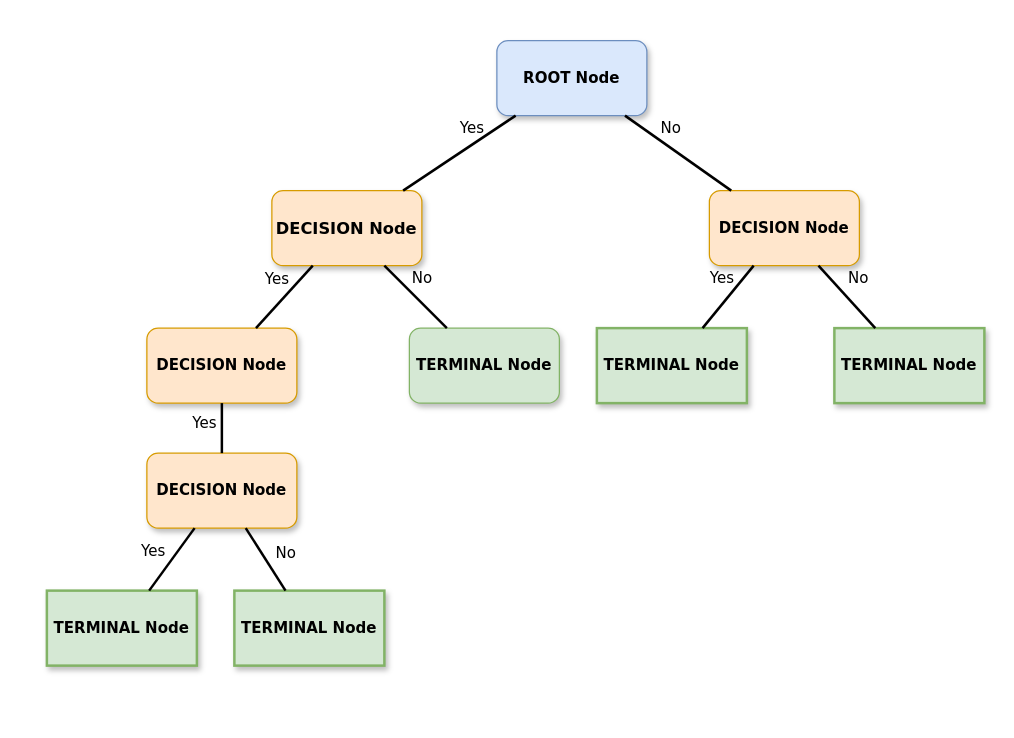
The draw.io diagram DECISION TREE.drawio in ChanumoluGayathri/System_Design, before the edit. Source tidied: cells renumbered, new cells numbered last; positions are measured from the earlier drawing's top-left corner, leaving out a move shared by most shapes. Both pictures are drawn from the tidied source at 125%, with x=0, y=0 at pixel (46, 40).
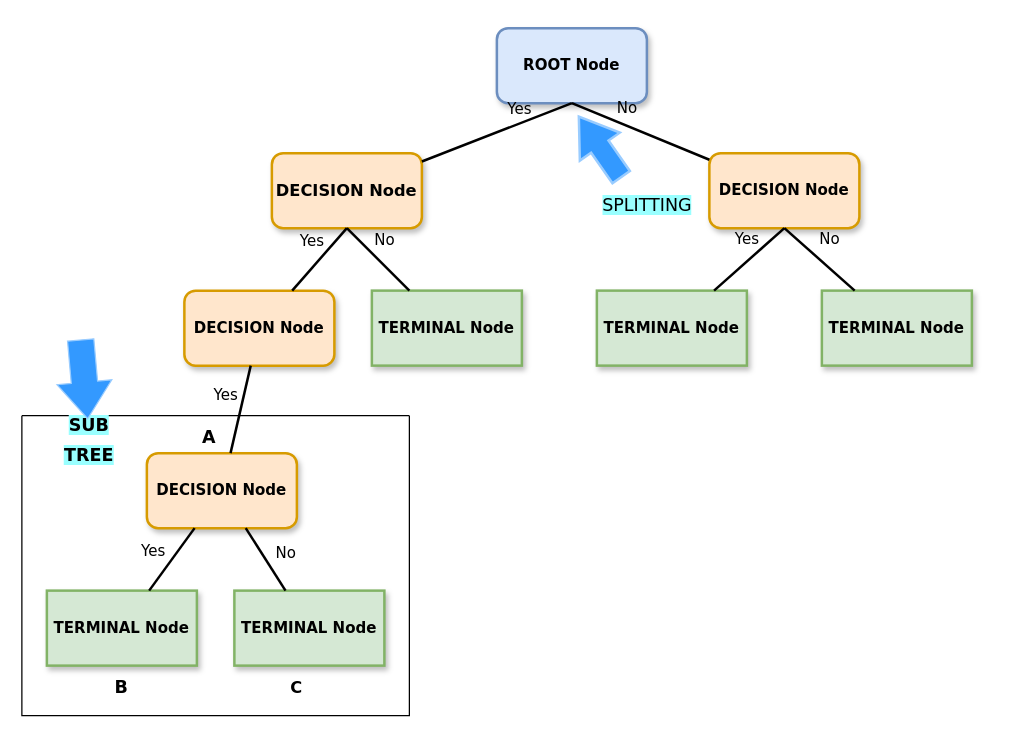
The same page after the edit.

The edit, as a diff of the source:
```diff
@@
-    <mxCell id="2" value="&lt;font size=&quot;1&quot; style=&quot;&quot;&gt;&lt;b style=&quot;font-size: 12px;&quot;&gt;ROOT Node&lt;/b&gt;&lt;/font&gt;" style="whiteSpace=wrap;html=1;rounded=1;shadow=1;labelBackgroundColor=none;strokeWidth=1;fontFamily=Verdana;fontSize=7;align=center;fillColor=#dae8fc;strokeColor=#6c8ebf;" parent="1" vertex="1">
-      <mxGeometry x="360" width="120" height="60" as="geometry" />
+    <mxCell id="2" value="&lt;font size=&quot;1&quot; style=&quot;&quot;&gt;&lt;b style=&quot;font-size: 12px;&quot;&gt;ROOT Node&lt;/b&gt;&lt;/font&gt;" style="whiteSpace=wrap;html=1;rounded=1;shadow=1;labelBackgroundColor=none;strokeWidth=2;fontFamily=Verdana;fontSize=7;align=center;fillColor=#dae8fc;strokeColor=#6c8ebf;" parent="1" vertex="1">
+      <mxGeometry x="360" y="-10" width="120" height="60" as="geometry" />
     </mxCell>
-    <mxCell id="3" value="&lt;b&gt;DECISION Node&lt;/b&gt;" style="whiteSpace=wrap;html=1;rounded=1;shadow=1;labelBackgroundColor=none;strokeWidth=1;fontFamily=Verdana;fontSize=13;align=center;fillColor=#ffe6cc;strokeColor=#d79b00;" parent="1" vertex="1">
-      <mxGeometry x="180" y="120" width="120" height="60" as="geometry" />
+    <mxCell id="3" value="&lt;b&gt;DECISION Node&lt;/b&gt;" style="whiteSpace=wrap;html=1;rounded=1;shadow=1;labelBackgroundColor=none;strokeWidth=2;fontFamily=Verdana;fontSize=13;align=center;fillColor=#ffe6cc;strokeColor=#d79b00;" parent="1" vertex="1">
+      <mxGeometry x="180" y="90" width="120" height="60" as="geometry" />
     </mxCell>
-    <mxCell id="4" value="&lt;b&gt;DECISION Node&lt;/b&gt;" style="whiteSpace=wrap;html=1;rounded=1;shadow=1;labelBackgroundColor=none;strokeWidth=1;fontFamily=Verdana;fontSize=12;align=center;fillColor=#ffe6cc;strokeColor=#d79b00;" parent="1" vertex="1">
-      <mxGeometry x="530" y="120" width="120" height="60" as="geometry" />
+    <mxCell id="4" value="&lt;b&gt;DECISION Node&lt;/b&gt;" style="whiteSpace=wrap;html=1;rounded=1;shadow=1;labelBackgroundColor=none;strokeWidth=2;fontFamily=Verdana;fontSize=12;align=center;fillColor=#ffe6cc;strokeColor=#d79b00;" parent="1" vertex="1">
+      <mxGeometry x="530" y="90" width="120" height="60" as="geometry" />
     </mxCell>
-    <mxCell id="5" value="No" style="rounded=0;html=1;labelBackgroundColor=none;startArrow=none;startFill=0;startSize=5;endArrow=none;endFill=0;endSize=5;jettySize=auto;strokeWidth=2;fontFamily=Verdana;fontSize=12;" parent="1" edge="1" source="2" target="4">
+    <mxCell id="5" value="No" style="rounded=0;html=1;labelBackgroundColor=none;startArrow=none;startFill=0;startSize=5;endArrow=none;endFill=0;endSize=5;jettySize=auto;strokeWidth=2;fontFamily=Verdana;fontSize=12;exitX=0.5;exitY=1;exitDx=0;exitDy=0;" parent="1" edge="1" source="2" target="4">
       <mxGeometry x="-0.3" y="13" relative="1" as="geometry" />
     </mxCell>
-    <mxCell id="6" value="Yes" style="rounded=0;html=1;labelBackgroundColor=none;startArrow=none;startFill=0;startSize=5;endArrow=none;endFill=0;endSize=5;jettySize=auto;strokeWidth=2;fontFamily=Verdana;fontSize=12;" parent="1" edge="1" source="2" target="3">
+    <mxCell id="6" value="Yes" style="rounded=0;html=1;labelBackgroundColor=none;startArrow=none;startFill=0;startSize=5;endArrow=none;endFill=0;endSize=5;jettySize=auto;strokeWidth=2;fontFamily=Verdana;fontSize=12;exitX=0.5;exitY=1;exitDx=0;exitDy=0;" parent="1" edge="1" source="2" target="3">
       <mxGeometry x="-0.36" y="-11" relative="1" as="geometry" />
     </mxCell>
-    <mxCell id="7" value="&lt;b&gt;DECISION Node&lt;/b&gt;" style="whiteSpace=wrap;html=1;rounded=1;shadow=1;labelBackgroundColor=none;strokeWidth=1;fontFamily=Verdana;fontSize=12;align=center;fillColor=#ffe6cc;strokeColor=#d79b00;" parent="1" vertex="1">
-      <mxGeometry x="80" y="230" width="120" height="60" as="geometry" />
+    <mxCell id="7" value="&lt;b&gt;DECISION Node&lt;/b&gt;" style="whiteSpace=wrap;html=1;rounded=1;shadow=1;labelBackgroundColor=none;strokeWidth=2;fontFamily=Verdana;fontSize=12;align=center;fillColor=#ffe6cc;strokeColor=#d79b00;" parent="1" vertex="1">
+      <mxGeometry x="110" y="200" width="120" height="60" as="geometry" />
     </mxCell>
-    <mxCell id="8" value="&lt;b&gt;TERMINAL Node&lt;/b&gt;" style="whiteSpace=wrap;html=1;rounded=1;shadow=1;labelBackgroundColor=none;strokeWidth=1;fontFamily=Verdana;fontSize=12;align=center;fillColor=#d5e8d4;strokeColor=#82b366;" parent="1" vertex="1">
-      <mxGeometry x="290" y="230" width="120" height="60" as="geometry" />
+    <mxCell id="8" value="&lt;b&gt;TERMINAL Node&lt;/b&gt;" style="whiteSpace=wrap;html=1;rounded=0;shadow=1;labelBackgroundColor=none;strokeWidth=2;fontFamily=Verdana;fontSize=12;align=center;fillColor=#d5e8d4;strokeColor=#82b366;" parent="1" vertex="1">
+      <mxGeometry x="260" y="200" width="120" height="60" as="geometry" />
     </mxCell>
     <mxCell id="9" value="&lt;b&gt;TERMINAL Node&lt;/b&gt;" style="whiteSpace=wrap;html=1;rounded=0;shadow=1;labelBackgroundColor=none;strokeWidth=2;fontFamily=Verdana;fontSize=12;align=center;fillColor=#d5e8d4;strokeColor=#82b366;" parent="1" vertex="1">
-      <mxGeometry x="440" y="230" width="120" height="60" as="geometry" />
+      <mxGeometry x="440" y="200" width="120" height="60" as="geometry" />
     </mxCell>
     <mxCell id="10" value="&lt;b&gt;TERMINAL Node&lt;/b&gt;" style="whiteSpace=wrap;html=1;rounded=0;shadow=1;labelBackgroundColor=none;strokeWidth=2;fontFamily=Verdana;fontSize=12;align=center;fillColor=#d5e8d4;strokeColor=#82b366;" parent="1" vertex="1">
-      <mxGeometry x="630" y="230" width="120" height="60" as="geometry" />
+      <mxGeometry x="620" y="200" width="120" height="60" as="geometry" />
     </mxCell>
-    <mxCell id="11" value="&lt;b&gt;DECISION Node&lt;/b&gt;" style="whiteSpace=wrap;html=1;rounded=1;shadow=1;labelBackgroundColor=none;strokeWidth=1;fontFamily=Verdana;fontSize=12;align=center;fillColor=#ffe6cc;strokeColor=#d79b00;" parent="1" vertex="1">
+    <mxCell id="11" value="&lt;b&gt;DECISION Node&lt;/b&gt;" style="whiteSpace=wrap;html=1;rounded=1;shadow=1;labelBackgroundColor=none;strokeWidth=2;fontFamily=Verdana;fontSize=12;align=center;fillColor=#ffe6cc;strokeColor=#d79b00;" parent="1" vertex="1">
       <mxGeometry x="80" y="330" width="120" height="60" as="geometry" />
     </mxCell>
-    <mxCell id="12" value="Yes" style="rounded=0;html=1;labelBackgroundColor=none;startArrow=none;startFill=0;startSize=5;endArrow=none;endFill=0;endSize=5;jettySize=auto;strokeWidth=2;fontFamily=Verdana;fontSize=12;" parent="1" edge="1" source="3" target="7">
+    <mxCell id="12" value="Yes" style="rounded=0;html=1;labelBackgroundColor=none;startArrow=none;startFill=0;startSize=5;endArrow=none;endFill=0;endSize=5;jettySize=auto;strokeWidth=2;fontFamily=Verdana;fontSize=12;exitX=0.5;exitY=1;exitDx=0;exitDy=0;" parent="1" edge="1" source="3" target="7">
       <mxGeometry x="-0.2" y="-14" relative="1" as="geometry" />
     </mxCell>
-    <mxCell id="13" value="No" style="rounded=0;html=1;labelBackgroundColor=none;startArrow=none;startFill=0;startSize=5;endArrow=none;endFill=0;endSize=5;jettySize=auto;strokeWidth=2;fontFamily=Verdana;fontSize=12;" parent="1" edge="1" source="3" target="8">
+    <mxCell id="13" value="No" style="rounded=0;html=1;labelBackgroundColor=none;startArrow=none;startFill=0;startSize=5;endArrow=none;endFill=0;endSize=5;jettySize=auto;strokeWidth=2;fontFamily=Verdana;fontSize=12;exitX=0.5;exitY=1;exitDx=0;exitDy=0;" parent="1" edge="1" source="3" target="8">
       <mxGeometry x="-0.2" y="14" relative="1" as="geometry" />
     </mxCell>
-    <mxCell id="14" value="Yes" style="rounded=0;html=1;labelBackgroundColor=none;startArrow=none;startFill=0;startSize=5;endArrow=none;endFill=0;endSize=5;jettySize=auto;strokeWidth=2;fontFamily=Verdana;fontSize=12;" parent="1" edge="1" source="4" target="9">
+    <mxCell id="14" value="Yes" style="rounded=0;html=1;labelBackgroundColor=none;startArrow=none;startFill=0;startSize=5;endArrow=none;endFill=0;endSize=5;jettySize=auto;strokeWidth=2;fontFamily=Verdana;fontSize=12;exitX=0.5;exitY=1;exitDx=0;exitDy=0;" parent="1" edge="1" source="4" target="9">
       <mxGeometry x="-0.26" y="-13" relative="1" as="geometry" />
     </mxCell>
-    <mxCell id="15" value="No" style="rounded=0;html=1;labelBackgroundColor=none;startArrow=none;startFill=0;startSize=5;endArrow=none;endFill=0;endSize=5;jettySize=auto;strokeWidth=2;fontFamily=Verdana;fontSize=12;" parent="1" edge="1" source="4" target="10">
+    <mxCell id="15" value="No" style="rounded=0;html=1;labelBackgroundColor=none;startArrow=none;startFill=0;startSize=5;endArrow=none;endFill=0;endSize=5;jettySize=auto;strokeWidth=2;fontFamily=Verdana;fontSize=12;exitX=0.5;exitY=1;exitDx=0;exitDy=0;" parent="1" edge="1" source="4" target="10">
       <mxGeometry x="-0.13" y="17" relative="1" as="geometry" />
     </mxCell>
@@
+    <mxCell id="21" style="shape=flexArrow;endArrow=classic;html=1;rounded=0;hachureGap=4;fontFamily=Architects Daughter;fontSize=16;width=16;endSize=9.09;fillColor=#3399FF;strokeColor=#99CCFF;strokeWidth=2;fillStyle=solid;" parent="1" edge="1">
+      <mxGeometry relative="1" as="geometry">
+        <mxPoint x="460" y="110" as="sourcePoint" />
+        <mxPoint x="425" y="60" as="targetPoint" />
+      </mxGeometry>
+    </mxCell>
+    <mxCell id="22" value="&lt;font face=&quot;Verdana&quot; style=&quot;font-size: 14px; background-color: rgb(153, 255, 255);&quot;&gt;SPLITTING&lt;/font&gt;" style="edgeLabel;html=1;align=center;verticalAlign=middle;fontSize=20;fontFamily=Architects Daughter;" parent="21" vertex="1">
+      <mxGeometry x="-0.35" y="-3" relative="1" as="geometry">
+        <mxPoint x="29" y="38" as="offset" />
+      </mxGeometry>
+    </mxCell>
+    <mxCell id="23" style="swimlane;startSize=0;hachureGap=4;fontFamily=Architects Daughter;fontSize=20;swimlaneLine=0;shadow=0;glass=0;" parent="1" vertex="1">
+      <mxGeometry x="-20" y="300" width="310" height="240" as="geometry" />
+    </mxCell>
+    <mxCell id="24" value="&lt;b&gt;&lt;font style=&quot;font-size: 14px;&quot; face=&quot;Verdana&quot;&gt;A&lt;/font&gt;&lt;/b&gt;" style="text;html=1;strokeColor=none;fillColor=none;align=center;verticalAlign=middle;whiteSpace=wrap;rounded=0;fontSize=20;fontFamily=Architects Daughter;" parent="23" vertex="1">
+      <mxGeometry x="120" width="60" height="30" as="geometry" />
+    </mxCell>
+    <mxCell id="25" value="&lt;font style=&quot;font-size: 14px;&quot; face=&quot;Verdana&quot;&gt;&lt;b&gt;B&lt;/b&gt;&lt;/font&gt;" style="text;html=1;strokeColor=none;fillColor=none;align=center;verticalAlign=middle;whiteSpace=wrap;rounded=0;fontSize=20;fontFamily=Architects Daughter;" parent="23" vertex="1">
+      <mxGeometry x="50" y="200" width="60" height="30" as="geometry" />
+    </mxCell>
+    <mxCell id="26" value="&lt;font style=&quot;font-size: 13px;&quot; face=&quot;Verdana&quot;&gt;&lt;b&gt;C&lt;/b&gt;&lt;/font&gt;" style="text;html=1;strokeColor=none;fillColor=none;align=center;verticalAlign=middle;whiteSpace=wrap;rounded=0;fontSize=20;fontFamily=Architects Daughter;" parent="23" vertex="1">
+      <mxGeometry x="190" y="200" width="60" height="30" as="geometry" />
+    </mxCell>
+    <mxCell id="27" value="&lt;font face=&quot;Verdana&quot; style=&quot;font-size: 14px;&quot;&gt;&lt;b style=&quot;background-color: rgb(153, 255, 255);&quot;&gt;SUB TREE&lt;/b&gt;&lt;/font&gt;" style="text;html=1;strokeColor=none;fillColor=none;align=center;verticalAlign=middle;whiteSpace=wrap;rounded=0;fontSize=20;fontFamily=Architects Daughter;" parent="23" vertex="1">
+      <mxGeometry x="24" y="3" width="60" height="30" as="geometry" />
+    </mxCell>
+    <mxCell id="28" style="shape=flexArrow;endArrow=classic;html=1;rounded=0;hachureGap=4;fontFamily=Architects Daughter;fontSize=16;width=21.11111111111111;endSize=9.433333333333334;strokeColor=#99CCFF;fillColor=#3399FF;fillStyle=solid;endWidth=21.85185185185185;" parent="1" edge="1" target="27">
+      <mxGeometry relative="1" as="geometry">
+        <mxPoint x="27" y="239" as="sourcePoint" />
+      </mxGeometry>
+    </mxCell>
```
